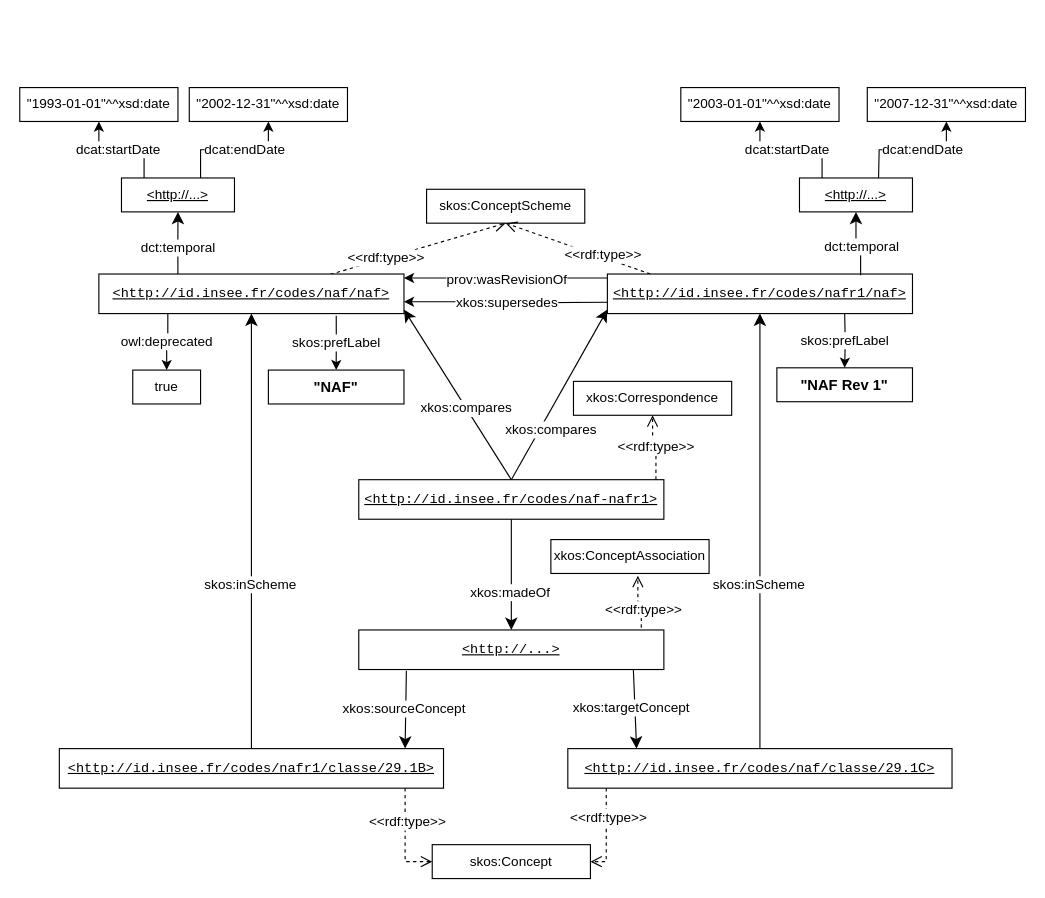
The draw.io diagram page "Diagram V2" (1 of 2) of img/bp-series-example.drawio in linked-statistics/xkos, before the edit. Source tidied: cells renumbered, new cells numbered last; positions are measured from the earlier drawing's top-left corner, leaving out a move shared by most shapes. Both pictures are drawn from the tidied source at 113%, with x=0, y=0 at pixel (19, 87).
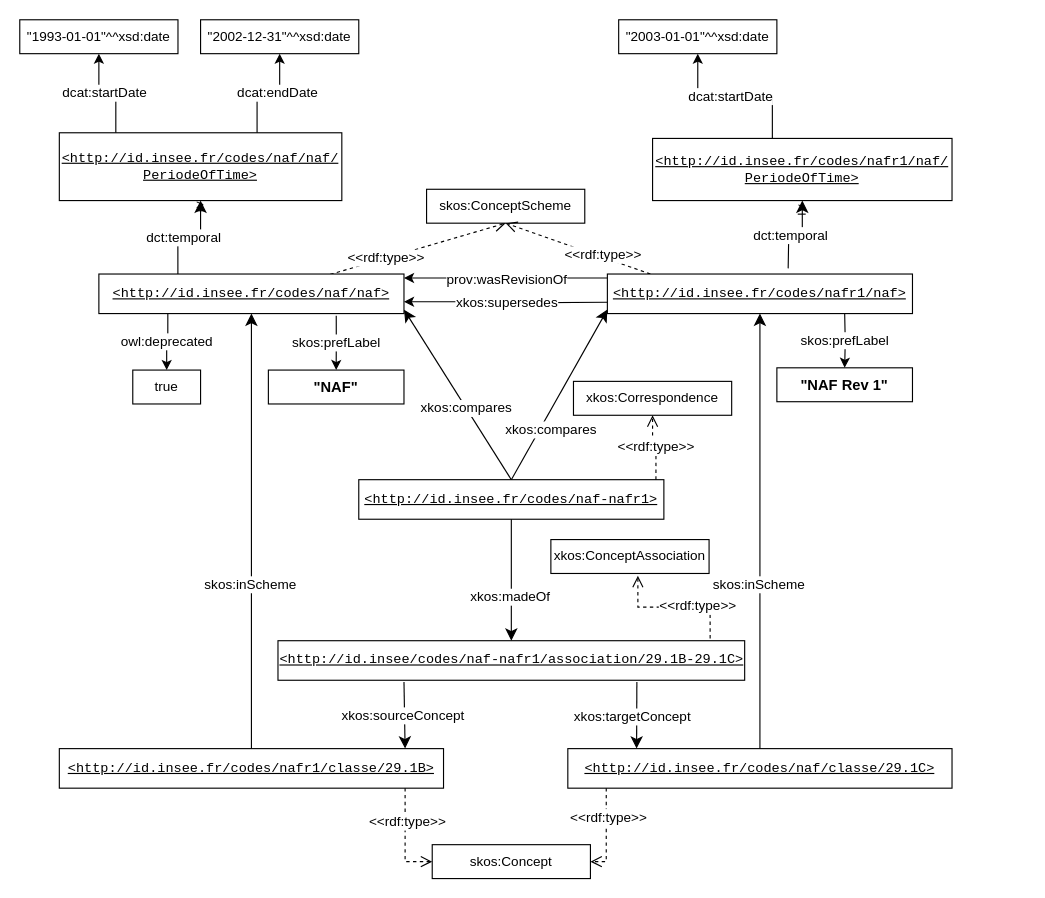
The same page after the edit.

Unchanged cells that the change refers to:
```xml
<mxCell id="10" value="&lt;pre class=&quot;nohighlight&quot;&gt;&lt;u&gt;&amp;lt;http://id.insee.fr/codes/nafr1/naf&amp;gt;&lt;/u&gt;&lt;/pre&gt;" style="rounded=0;whiteSpace=wrap;html=1;snapToPoint=1;points=[[0.1,0],[0.2,0],[0.3,0],[0.4,0],[0.5,0],[0.6,0],[0.7,0],[0.8,0],[0.9,0],[0,0.1],[0,0.3],[0,0.5],[0,0.7],[0,0.9],[0.1,1],[0.2,1],[0.3,1],[0.4,1],[0.5,1],[0.6,1],[0.7,1],[0.8,1],[0.9,1],[1,0.1],[1,0.3],[1,0.5],[1,0.7],[1,0.9]];" parent="1" vertex="1">
  <mxGeometry x="520" y="165" width="270" height="35" as="geometry" />
</mxCell>
<mxCell id="36" value="&lt;pre class=&quot;nohighlight&quot;&gt;&lt;u&gt;&amp;lt;http://id.insee.fr/codes/nafr1/classe/29.1B&amp;gt;&lt;/u&gt;&lt;/pre&gt;" style="rounded=0;whiteSpace=wrap;html=1;snapToPoint=1;points=[[0.1,0],[0.2,0],[0.3,0],[0.4,0],[0.5,0],[0.6,0],[0.7,0],[0.8,0],[0.9,0],[0,0.1],[0,0.3],[0,0.5],[0,0.7],[0,0.9],[0.1,1],[0.2,1],[0.3,1],[0.4,1],[0.5,1],[0.6,1],[0.7,1],[0.8,1],[0.9,1],[1,0.1],[1,0.3],[1,0.5],[1,0.7],[1,0.9]];" parent="1" vertex="1">
  <mxGeometry x="35" y="585" width="340" height="35" as="geometry" />
</mxCell>
<mxCell id="37" value="&lt;pre class=&quot;nohighlight&quot;&gt;&lt;u&gt;&amp;lt;http://id.insee.fr/codes/naf/classe/29.1C&amp;gt;&lt;/u&gt;&lt;/pre&gt;" style="rounded=0;whiteSpace=wrap;html=1;snapToPoint=1;points=[[0.1,0],[0.2,0],[0.3,0],[0.4,0],[0.5,0],[0.6,0],[0.7,0],[0.8,0],[0.9,0],[0,0.1],[0,0.3],[0,0.5],[0,0.7],[0,0.9],[0.1,1],[0.2,1],[0.3,1],[0.4,1],[0.5,1],[0.6,1],[0.7,1],[0.8,1],[0.9,1],[1,0.1],[1,0.3],[1,0.5],[1,0.7],[1,0.9]];" parent="1" vertex="1">
  <mxGeometry x="485" y="585" width="340" height="35" as="geometry" />
</mxCell>
```

The edit, as a diff of the source:
```diff
@@
-    <mxCell id="15" value="&lt;u&gt;&amp;lt;http://...&amp;gt;&lt;/u&gt;" style="rounded=0;whiteSpace=wrap;html=1;snapToPoint=1;points=[[0.1,0],[0.2,0],[0.3,0],[0.4,0],[0.5,0],[0.6,0],[0.7,0],[0.8,0],[0.9,0],[0,0.1],[0,0.3],[0,0.5],[0,0.7],[0,0.9],[0.1,1],[0.2,1],[0.3,1],[0.4,1],[0.5,1],[0.6,1],[0.7,1],[0.8,1],[0.9,1],[1,0.1],[1,0.3],[1,0.5],[1,0.7],[1,0.9]];fontSize=12;" parent="1" vertex="1">
-      <mxGeometry x="90" y="80" width="100" height="30" as="geometry" />
+    <mxCell id="15" value="&lt;br&gt;&lt;pre class=&quot;nohighlight&quot;&gt;&lt;u&gt;&amp;lt;http://id.insee.fr/codes/naf/naf/&lt;br&gt;PeriodeOfTime&amp;gt;&lt;/u&gt;&lt;/pre&gt;&lt;u&gt;&amp;gt;&lt;/u&gt;" style="rounded=0;whiteSpace=wrap;html=1;snapToPoint=1;points=[[0.1,0],[0.2,0],[0.3,0],[0.4,0],[0.5,0],[0.6,0],[0.7,0],[0.8,0],[0.9,0],[0,0.1],[0,0.3],[0,0.5],[0,0.7],[0,0.9],[0.1,1],[0.2,1],[0.3,1],[0.4,1],[0.5,1],[0.6,1],[0.7,1],[0.8,1],[0.9,1],[1,0.1],[1,0.3],[1,0.5],[1,0.7],[1,0.9]];fontSize=12;" parent="1" vertex="1">
+      <mxGeometry x="35" y="40" width="250" height="60" as="geometry" />
     </mxCell>
@@
     <mxCell id="18" value="&quot;1993-01-01&quot;^^xsd:date" style="rounded=0;whiteSpace=wrap;html=1;snapToPoint=1;fontSize=12;" parent="1" vertex="1">
-      <mxGeometry width="140" height="30" as="geometry" />
+      <mxGeometry y="-60" width="140" height="30" as="geometry" />
     </mxCell>
@@
     <mxCell id="21" value="&quot;2002-12-31&quot;^^xsd:date" style="rounded=0;whiteSpace=wrap;html=1;snapToPoint=1;fontSize=12;" parent="1" vertex="1">
-      <mxGeometry x="150" width="140" height="30" as="geometry" />
+      <mxGeometry x="160" y="-60" width="140" height="30" as="geometry" />
     </mxCell>
-    <mxCell id="22" style="endArrow=classic;html=1;endSize=8;rounded=0;fontSize=12;edgeStyle=orthogonalEdgeStyle;exitX=0.83;exitY=0.029;exitDx=0;exitDy=0;entryX=0.5;entryY=1;entryDx=0;entryDy=0;exitPerimeter=0;" parent="1" edge="1" source="10" target="24">
-      <mxGeometry relative="1" as="geometry" />
+    <mxCell id="22" style="endArrow=classic;html=1;endSize=8;rounded=0;fontSize=12;edgeStyle=orthogonalEdgeStyle;entryX=0.5;entryY=1;entryDx=0;entryDy=0;" parent="1" edge="1" target="24">
+      <mxGeometry relative="1" as="geometry">
+        <mxPoint x="680" y="160" as="sourcePoint" />
+      </mxGeometry>
     </mxCell>
@@
-    <mxCell id="24" value="&lt;u&gt;&amp;lt;http://...&amp;gt;&lt;/u&gt;" style="rounded=0;whiteSpace=wrap;html=1;snapToPoint=1;points=[[0.1,0],[0.2,0],[0.3,0],[0.4,0],[0.5,0],[0.6,0],[0.7,0],[0.8,0],[0.9,0],[0,0.1],[0,0.3],[0,0.5],[0,0.7],[0,0.9],[0.1,1],[0.2,1],[0.3,1],[0.4,1],[0.5,1],[0.6,1],[0.7,1],[0.8,1],[0.9,1],[1,0.1],[1,0.3],[1,0.5],[1,0.7],[1,0.9]];fontSize=12;" parent="1" vertex="1">
-      <mxGeometry x="690" y="80" width="100" height="30" as="geometry" />
+    <mxCell id="24" value="&lt;br&gt;&lt;pre class=&quot;nohighlight&quot;&gt;&lt;u&gt;&amp;lt;http://id.insee.fr/codes/nafr1/naf/&lt;br&gt;PeriodeOfTime&amp;gt;&lt;/u&gt;&lt;/pre&gt;&lt;u&gt;&amp;gt;&lt;/u&gt;" style="rounded=0;whiteSpace=wrap;html=1;snapToPoint=1;points=[[0.1,0],[0.2,0],[0.3,0],[0.4,0],[0.5,0],[0.6,0],[0.7,0],[0.8,0],[0.9,0],[0,0.1],[0,0.3],[0,0.5],[0,0.7],[0,0.9],[0.1,1],[0.2,1],[0.3,1],[0.4,1],[0.5,1],[0.6,1],[0.7,1],[0.8,1],[0.9,1],[1,0.1],[1,0.3],[1,0.5],[1,0.7],[1,0.9]];fontSize=12;" parent="1" vertex="1">
+      <mxGeometry x="560" y="45" width="265" height="55" as="geometry" />
     </mxCell>
     <mxCell id="25" value="&quot;2003-01-01&quot;^^xsd:date" style="rounded=0;whiteSpace=wrap;html=1;snapToPoint=1;fontSize=12;" parent="1" vertex="1">
-      <mxGeometry x="585" width="140" height="30" as="geometry" />
+      <mxGeometry x="530" y="-60" width="140" height="30" as="geometry" />
     </mxCell>
-    <mxCell id="26" value="dcat:startDate" style="edgeStyle=orthogonalEdgeStyle;rounded=0;jettySize=auto;html=1;exitX=0.2;exitY=0;exitDx=0;exitDy=0;fontSize=12;" parent="1" edge="1" source="24" target="25">
+    <mxCell id="26" value="dcat:startDate" style="edgeStyle=orthogonalEdgeStyle;rounded=0;jettySize=auto;html=1;exitX=0.4;exitY=0;exitDx=0;exitDy=0;fontSize=12;" parent="1" edge="1" source="24" target="25">
       <mxGeometry x="0.06" relative="1" as="geometry" />
     </mxCell>
@@
-    <mxCell id="42" value="&lt;pre class=&quot;nohighlight&quot;&gt;&lt;u&gt;&amp;lt;http://...&amp;gt;&lt;/u&gt;&lt;/pre&gt;" style="rounded=0;whiteSpace=wrap;html=1;snapToPoint=1;points=[[0.1,0],[0.2,0],[0.3,0],[0.4,0],[0.5,0],[0.6,0],[0.7,0],[0.8,0],[0.9,0],[0,0.1],[0,0.3],[0,0.5],[0,0.7],[0,0.9],[0.1,1],[0.2,1],[0.3,1],[0.4,1],[0.5,1],[0.6,1],[0.7,1],[0.8,1],[0.9,1],[1,0.1],[1,0.3],[1,0.5],[1,0.7],[1,0.9]];" parent="1" vertex="1">
-      <mxGeometry x="300" y="480" width="270" height="35" as="geometry" />
+    <mxCell id="42" value="&lt;pre class=&quot;nohighlight&quot;&gt;&lt;u&gt;&amp;lt;http://id.insee/codes/naf-nafr1/association/29.1B-29.1C&amp;gt;&lt;/u&gt;&lt;/pre&gt;" style="rounded=0;whiteSpace=wrap;html=1;snapToPoint=1;points=[[0.1,0],[0.2,0],[0.3,0],[0.4,0],[0.5,0],[0.6,0],[0.7,0],[0.8,0],[0.9,0],[0,0.1],[0,0.3],[0,0.5],[0,0.7],[0,0.9],[0.1,1],[0.2,1],[0.3,1],[0.4,1],[0.5,1],[0.6,1],[0.7,1],[0.8,1],[0.9,1],[1,0.1],[1,0.3],[1,0.5],[1,0.7],[1,0.9]];" parent="1" vertex="1">
+      <mxGeometry x="228.5" y="489.5" width="413" height="35" as="geometry" />
     </mxCell>
@@
-    <mxCell id="51" style="endArrow=classic;html=1;exitX=0.156;exitY=1.029;exitDx=0;exitDy=0;entryX=0.9;entryY=0;entryDx=0;entryDy=0;endSize=8;rounded=0;fontSize=12;exitPerimeter=0;" parent="1" edge="1" source="42" target="36">
+    <mxCell id="51" style="endArrow=classic;html=1;entryX=0.9;entryY=0;entryDx=0;entryDy=0;endSize=8;rounded=0;fontSize=12;exitX=0.27;exitY=1.043;exitDx=0;exitDy=0;exitPerimeter=0;" parent="1" edge="1" source="42" target="36">
       <mxGeometry relative="1" as="geometry" />
     </mxCell>
@@
-    <mxCell id="53" style="endArrow=classic;html=1;entryX=0.179;entryY=0;entryDx=0;entryDy=0;endSize=8;rounded=0;fontSize=12;entryPerimeter=0;exitX=0.9;exitY=1;exitDx=0;exitDy=0;" parent="1" edge="1" source="42" target="37">
+    <mxCell id="53" style="endArrow=classic;html=1;entryX=0.179;entryY=0;entryDx=0;entryDy=0;endSize=8;rounded=0;fontSize=12;entryPerimeter=0;exitX=0.769;exitY=1.043;exitDx=0;exitDy=0;exitPerimeter=0;" parent="1" edge="1" source="42" target="37">
       <mxGeometry relative="1" as="geometry" />
     </mxCell>
@@
-    <mxCell id="61" value="dcat:endDate" style="edgeStyle=orthogonalEdgeStyle;rounded=0;jettySize=auto;html=1;exitX=0.7;exitY=0;exitDx=0;exitDy=0;fontSize=12;entryX=0.5;entryY=1;entryDx=0;entryDy=0;" parent="1" edge="1" target="62">
-      <mxGeometry x="0.17" relative="1" as="geometry">
-        <mxPoint x="760" y="80" as="sourcePoint" />
-      </mxGeometry>
-    </mxCell>
-    <mxCell id="62" value="&quot;2007-12-31&quot;^^xsd:date" style="rounded=0;whiteSpace=wrap;html=1;snapToPoint=1;fontSize=12;" parent="1" vertex="1">
-      <mxGeometry x="750" width="140" height="30" as="geometry" />
-    </mxCell>
```
